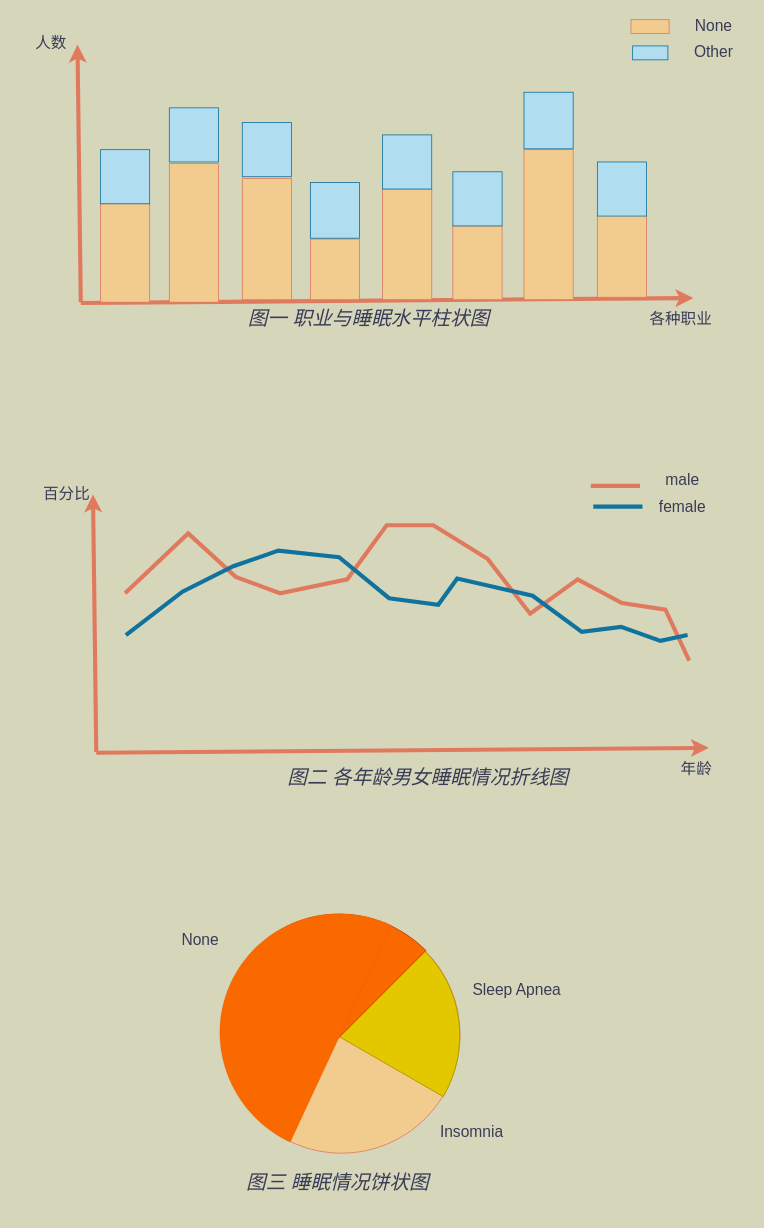
iQNRen/drawio keeps this draw.io diagram as sleep/sleep.drawio. Above is the earlier version. Source tidied: cells renumbered, new cells numbered last; positions are measured from the earlier drawing's top-left corner, leaving out a move shared by most shapes. Both pictures are drawn from the tidied source at 82%, with x=0, y=0 at pixel (14, 14).
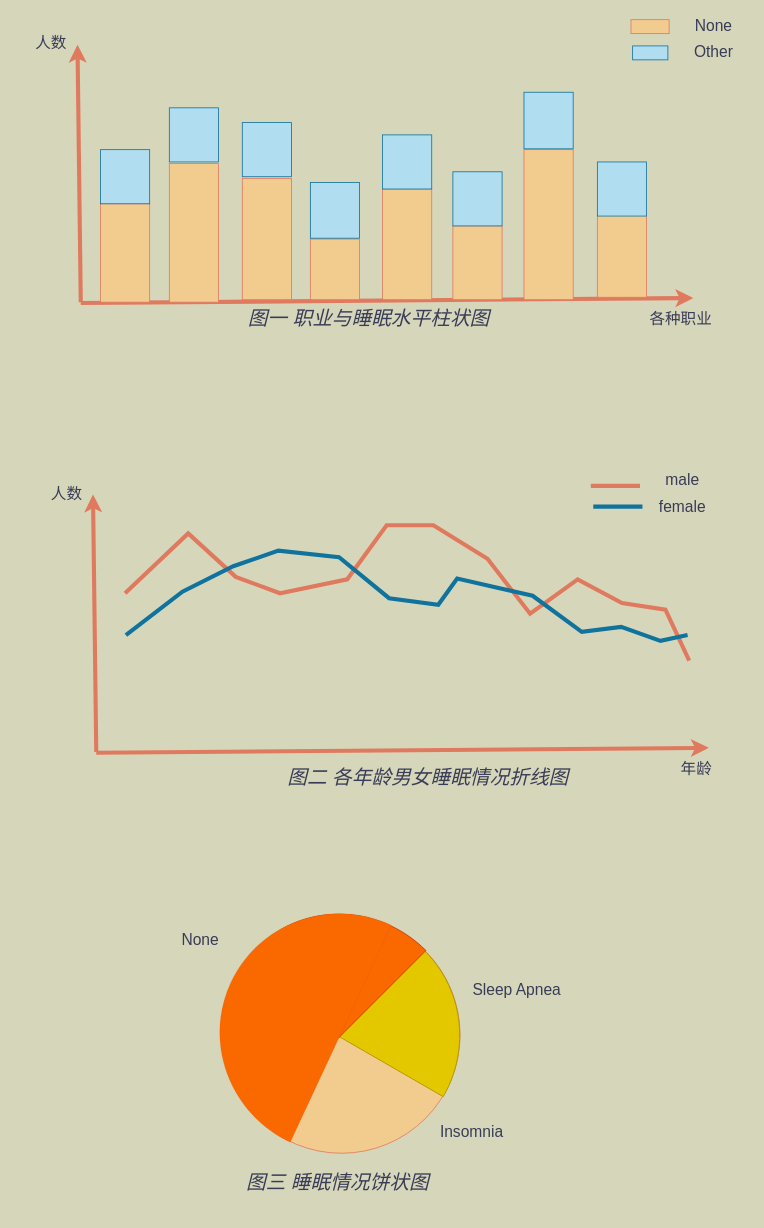
The same diagram, later.

Change to the diagram source:
```diff
@@
-    <mxCell id="38" value="百分比" style="text;html=1;align=center;verticalAlign=middle;whiteSpace=wrap;rounded=0;fontColor=#393C56;fontSize=19;" parent="1" vertex="1">
+    <mxCell id="38" value="人数" style="text;html=1;align=center;verticalAlign=middle;whiteSpace=wrap;rounded=0;fontColor=#393C56;fontSize=19;" parent="1" vertex="1">
       <mxGeometry x="18.9" y="569.5" width="90" height="30" as="geometry" />
     </mxCell>
```
